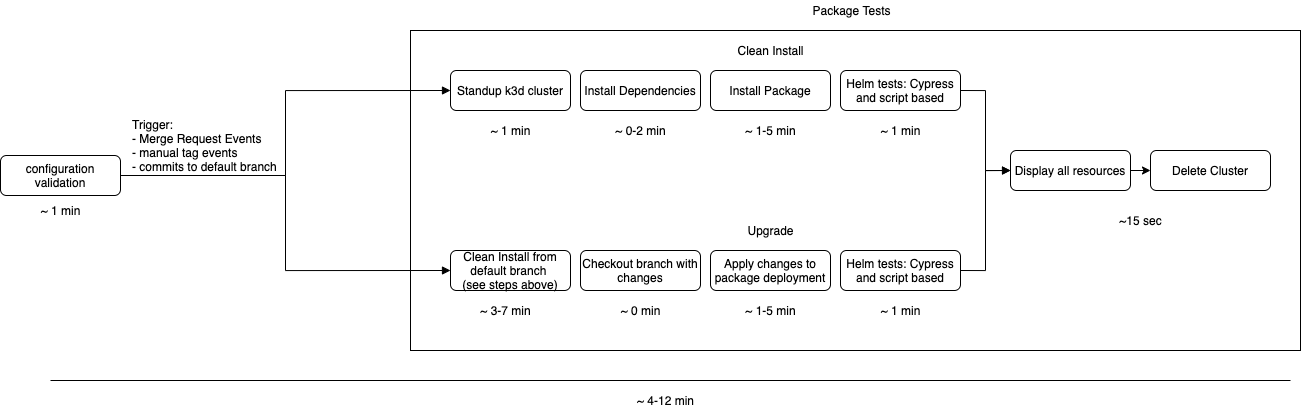
This is docs/developer/imgs/Package_pipeline.png from rjferguson21/big-bang, a draw.io export, as it was before one commit. Source tidied: cells renumbered, new cells last; positions are measured from the earlier drawing's top-left corner, leaving out a move shared by most shapes.
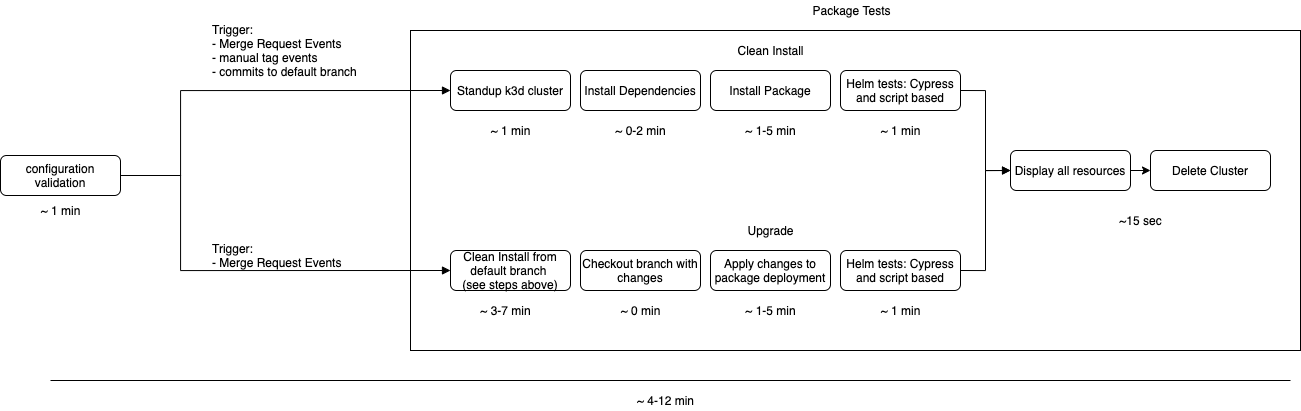
The same diagram one commit later.

Commit message:
update diagram/text about trigger and upgrade step

The edit, as a diff of the source:
```diff
@@ -12,10 +12,20 @@
       <mxGeometry x="410" y="30" width="890" height="320" as="geometry" />
     </mxCell>
     <mxCell id="5" style="edgeStyle=orthogonalEdgeStyle;rounded=0;jettySize=auto;html=1;entryX=0;entryY=0.5;entryDx=0;entryDy=0;endArrow=block;endFill=1;exitX=1;exitY=0.5;exitDx=0;exitDy=0;" parent="1" edge="1" source="2" target="7">
-      <mxGeometry relative="1" as="geometry" />
+      <mxGeometry relative="1" as="geometry">
+        <Array as="points">
+          <mxPoint x="180" y="175" />
+          <mxPoint x="180" y="90" />
+        </Array>
+      </mxGeometry>
     </mxCell>
     <mxCell id="6" style="edgeStyle=orthogonalEdgeStyle;rounded=0;jettySize=auto;html=1;exitX=1;exitY=0.5;exitDx=0;exitDy=0;entryX=0;entryY=0.5;entryDx=0;entryDy=0;endArrow=block;endFill=1;" parent="1" edge="1" source="2" target="13">
-      <mxGeometry relative="1" as="geometry" />
+      <mxGeometry relative="1" as="geometry">
+        <Array as="points">
+          <mxPoint x="180" y="175" />
+          <mxPoint x="180" y="270" />
+        </Array>
+      </mxGeometry>
     </mxCell>
     <mxCell id="7" value="Standup k3d cluster" style="rounded=1;whiteSpace=wrap;html=1;fontSize=12;glass=0;strokeWidth=1;shadow=0;" parent="1" vertex="1">
       <mxGeometry x="450" y="70" width="120" height="40" as="geometry" />
@@ -60,7 +70,7 @@
       <mxGeometry x="1150" y="150" width="120" height="40" as="geometry" />
     </mxCell>
     <mxCell id="21" value="Trigger: &lt;br&gt;&lt;div&gt;&lt;span&gt;- Merge Request Events&lt;/span&gt;&lt;/div&gt;&lt;div&gt;&lt;span&gt;- manual tag events&lt;/span&gt;&lt;/div&gt;&lt;div&gt;&lt;span&gt;- commits to default branch&lt;/span&gt;&lt;/div&gt;" style="text;html=1;align=left;verticalAlign=middle;" parent="1" vertex="1">
-      <mxGeometry x="130" y="115" width="160" height="60" as="geometry" />
+      <mxGeometry x="210" y="20" width="160" height="60" as="geometry" />
     </mxCell>
     <mxCell id="22" value="Package Tests" style="text;html=1;align=center;verticalAlign=middle;" parent="1" vertex="1">
       <mxGeometry x="806" width="90" height="20" as="geometry" />
@@ -104,5 +114,8 @@
         <mxPoint x="1290" y="380" as="targetPoint" />
       </mxGeometry>
     </mxCell>
+    <mxCell id="35" value="Trigger: &lt;br&gt;&lt;div&gt;&lt;span&gt;- Merge Request Events&lt;/span&gt;&lt;/div&gt;" style="text;html=1;align=left;verticalAlign=middle;" parent="1" vertex="1">
+      <mxGeometry x="210" y="240" width="140" height="30" as="geometry" />
+    </mxCell>
   </root>
 </mxGraphModel>
```
